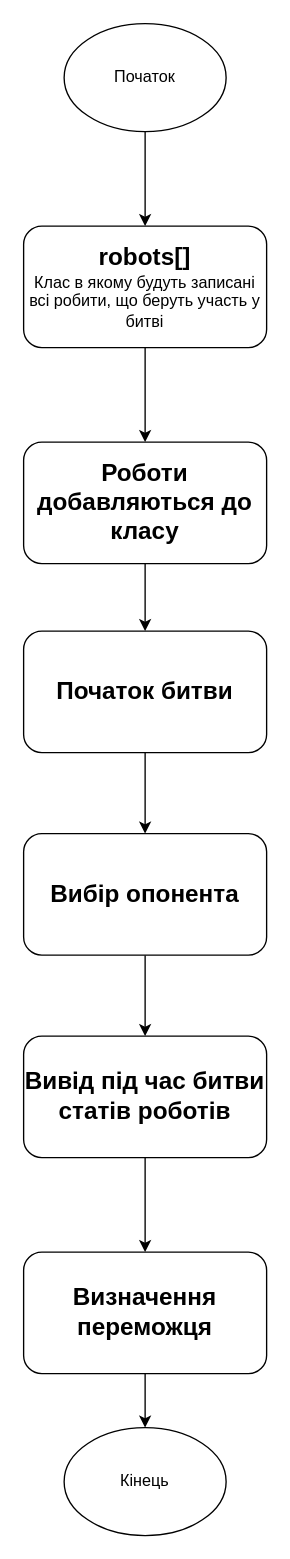
SombreEm/alpha-2.2.8 keeps this draw.io diagram as Арена.drawio. Above is the earlier version. Source tidied: cells renumbered, new cells numbered last; positions are measured from the earlier drawing's top-left corner, leaving out a move shared by most shapes. Both pictures are drawn from the tidied source at 135%, with x=0, y=0 at pixel (23, 23).
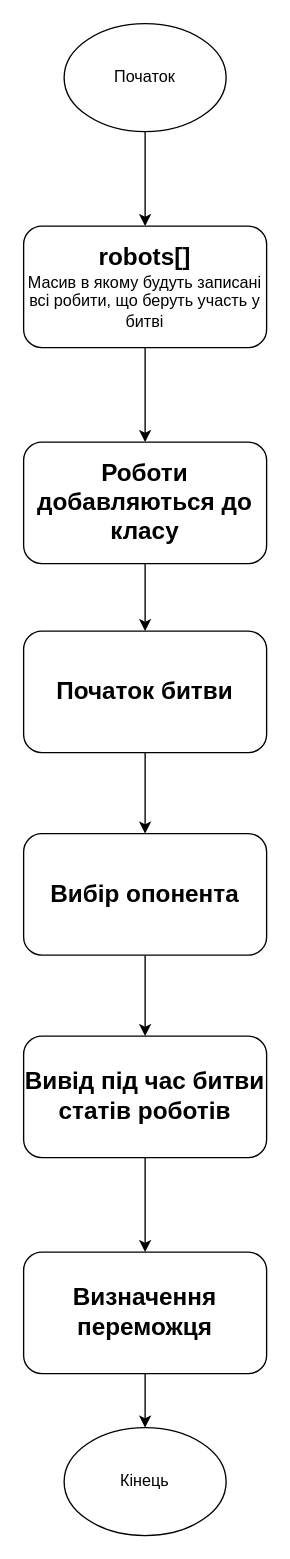
Above is the later version.

Change to the diagram source:
```diff
@@
 <mxGraphModel>
   <root>
     <mxCell id="0" />
     <mxCell id="1" parent="0" />
     <mxCell id="2" style="edgeStyle=orthogonalEdgeStyle;rounded=0;jettySize=auto;html=1;" parent="1" edge="1" source="3" target="5">
       <mxGeometry relative="1" as="geometry" />
     </mxCell>
     <mxCell id="3" value="Початок" style="ellipse;whiteSpace=wrap;html=1;" parent="1" vertex="1">
       <mxGeometry x="30" width="120" height="80" as="geometry" />
     </mxCell>
     <mxCell id="4" style="edgeStyle=orthogonalEdgeStyle;rounded=0;jettySize=auto;html=1;exitX=0.5;exitY=1;exitDx=0;exitDy=0;entryX=0.5;entryY=0;entryDx=0;entryDy=0;" parent="1" edge="1" source="5" target="9">
       <mxGeometry relative="1" as="geometry" />
     </mxCell>
-    <mxCell id="5" value="&lt;b&gt;&lt;font style=&quot;font-size: 18px;&quot;&gt;robots[]&lt;/font&gt;&lt;/b&gt;&lt;br&gt;Клас в якому будуть записані всі робити, що беруть участь у битві" style="rounded=1;whiteSpace=wrap;html=1;" parent="1" vertex="1">
+    <mxCell id="5" value="&lt;b&gt;&lt;font style=&quot;font-size: 18px;&quot;&gt;robots[]&lt;/font&gt;&lt;/b&gt;&lt;br&gt;Масив в якому будуть записані всі робити, що беруть участь у битві" style="rounded=1;whiteSpace=wrap;html=1;" parent="1" vertex="1">
       <mxGeometry y="150" width="180" height="90" as="geometry" />
     </mxCell>
     <mxCell id="6" style="edgeStyle=orthogonalEdgeStyle;rounded=0;jettySize=auto;html=1;entryX=0.5;entryY=0;entryDx=0;entryDy=0;" parent="1" edge="1" source="7" target="11">
       <mxGeometry relative="1" as="geometry" />
     </mxCell>
     <mxCell id="7" value="&lt;span style=&quot;font-size: 18px;&quot;&gt;&lt;b&gt;Початок битви&lt;/b&gt;&lt;/span&gt;" style="rounded=1;whiteSpace=wrap;html=1;" parent="1" vertex="1">
       <mxGeometry y="450" width="180" height="90" as="geometry" />
     </mxCell>
     <mxCell id="8" style="edgeStyle=orthogonalEdgeStyle;rounded=0;jettySize=auto;html=1;exitX=0.5;exitY=1;exitDx=0;exitDy=0;entryX=0.5;entryY=0;entryDx=0;entryDy=0;" parent="1" edge="1" source="9" target="7">
       <mxGeometry relative="1" as="geometry" />
     </mxCell>
     <mxCell id="9" value="&lt;span style=&quot;font-size: 18px;&quot;&gt;&lt;b&gt;Роботи добавляються до класу&lt;/b&gt;&lt;/span&gt;" style="rounded=1;whiteSpace=wrap;html=1;" parent="1" vertex="1">
       <mxGeometry y="310" width="180" height="90" as="geometry" />
     </mxCell>
     <mxCell id="10" style="edgeStyle=orthogonalEdgeStyle;rounded=0;jettySize=auto;html=1;exitX=0.5;exitY=1;exitDx=0;exitDy=0;entryX=0.5;entryY=0;entryDx=0;entryDy=0;" parent="1" edge="1" source="11" target="13">
       <mxGeometry relative="1" as="geometry" />
     </mxCell>
     <mxCell id="11" value="&lt;span style=&quot;font-size: 18px;&quot;&gt;&lt;b&gt;Вибір опонента&lt;/b&gt;&lt;/span&gt;" style="rounded=1;whiteSpace=wrap;html=1;" parent="1" vertex="1">
       <mxGeometry y="600" width="180" height="90" as="geometry" />
     </mxCell>
     <mxCell id="12" style="edgeStyle=orthogonalEdgeStyle;rounded=0;jettySize=auto;html=1;entryX=0.5;entryY=0;entryDx=0;entryDy=0;" parent="1" edge="1" source="13" target="15">
       <mxGeometry relative="1" as="geometry" />
     </mxCell>
     <mxCell id="13" value="&lt;span style=&quot;font-size: 18px;&quot;&gt;&lt;b&gt;Вивід під час битви статів роботів&lt;/b&gt;&lt;/span&gt;" style="rounded=1;whiteSpace=wrap;html=1;" parent="1" vertex="1">
       <mxGeometry y="750" width="180" height="90" as="geometry" />
     </mxCell>
     <mxCell id="14" style="edgeStyle=orthogonalEdgeStyle;rounded=0;jettySize=auto;html=1;exitX=0.5;exitY=1;exitDx=0;exitDy=0;" parent="1" edge="1" source="15" target="16">
       <mxGeometry relative="1" as="geometry" />
     </mxCell>
     <mxCell id="15" value="&lt;span style=&quot;font-size: 18px;&quot;&gt;&lt;b&gt;Визначення переможця&lt;/b&gt;&lt;/span&gt;" style="rounded=1;whiteSpace=wrap;html=1;" parent="1" vertex="1">
       <mxGeometry y="910" width="180" height="90" as="geometry" />
     </mxCell>
     <mxCell id="16" value="Кінець" style="ellipse;whiteSpace=wrap;html=1;" parent="1" vertex="1">
       <mxGeometry x="30" y="1040" width="120" height="80" as="geometry" />
     </mxCell>
   </root>
 </mxGraphModel>
```
